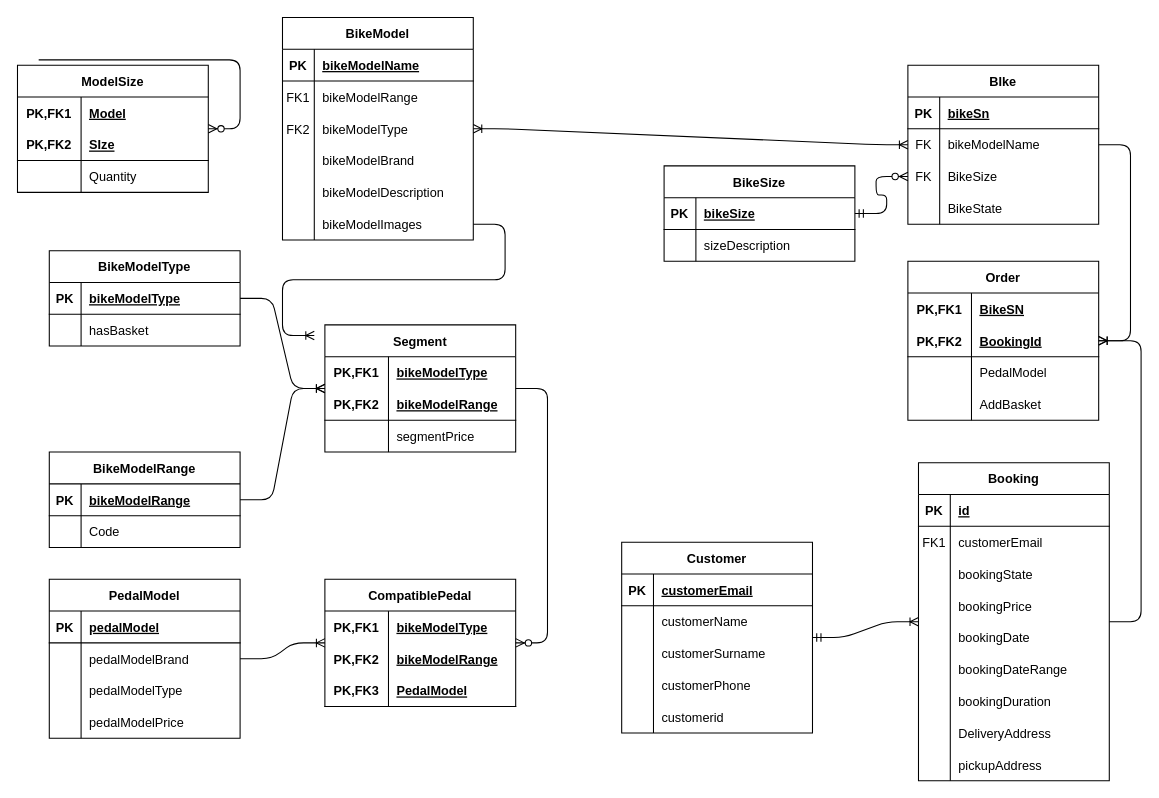
ManuelSdev/new_conil_bikes keeps this draw.io diagram as logicalModel.drawio. Above is the earlier version. Source tidied: cells renumbered, new cells numbered last; positions are measured from the earlier drawing's top-left corner, leaving out a move shared by most shapes. Both pictures are drawn from the tidied source at 106%, with x=0, y=0 at pixel (17, 17).
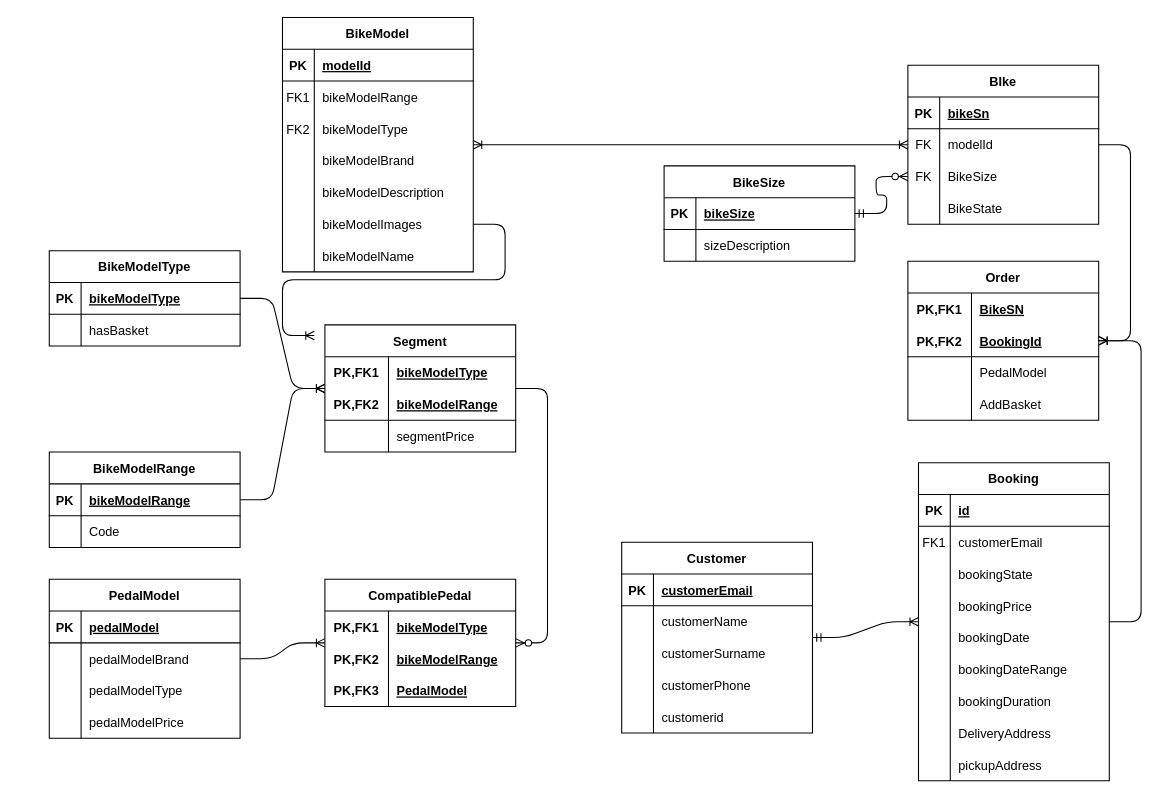
The same diagram, later.

The change refers to these unchanged cells:
```xml
<mxCell id="3" style="shape=tableRow;horizontal=0;startSize=0;swimlaneHead=0;swimlaneBody=0;fillColor=none;top=0;left=0;right=0;bottom=1;" parent="2" vertex="1">
  <mxGeometry y="30" width="180" height="30" as="geometry" />
</mxCell>
<mxCell id="44" style="shape=tableRow;horizontal=0;startSize=0;swimlaneHead=0;swimlaneBody=0;fillColor=none;top=0;left=0;right=0;bottom=0;" parent="40" vertex="1">
  <mxGeometry y="60" width="180" height="30" as="geometry" />
</mxCell>
```

The edit, as a diff of the source:
```diff
@@
     <mxCell id="2" value="BikeModel" style="shape=table;startSize=30;childLayout=tableLayout;rowLines=0;fontStyle=1;align=center;" parent="1" vertex="1">
-      <mxGeometry x="250" width="180" height="210" as="geometry" />
+      <mxGeometry x="250" width="180" height="240" as="geometry" />
     </mxCell>
@@
-    <mxCell id="5" value="bikeModelName" style="shape=partialRectangle;fillColor=none;top=0;left=0;bottom=0;right=0;align=left;spacingLeft=6;fontStyle=5;overflow=hidden;" parent="3" vertex="1">
+    <mxCell id="5" value="modelId" style="shape=partialRectangle;fillColor=none;top=0;left=0;bottom=0;right=0;align=left;spacingLeft=6;fontStyle=5;overflow=hidden;" parent="3" vertex="1">
       <mxGeometry x="30" width="150" height="30" as="geometry" />
     </mxCell>
@@
+    <mxCell id="166" style="shape=tableRow;horizontal=0;startSize=0;swimlaneHead=0;swimlaneBody=0;fillColor=none;top=0;left=0;right=0;bottom=0;" parent="2" vertex="1">
+      <mxGeometry y="210" width="180" height="30" as="geometry" />
+    </mxCell>
+    <mxCell id="167" style="shape=partialRectangle;fillColor=none;top=0;left=0;bottom=0;right=0;overflow=hidden;" parent="166" vertex="1">
+      <mxGeometry width="30" height="30" as="geometry" />
+    </mxCell>
+    <mxCell id="168" value="bikeModelName" style="shape=partialRectangle;fillColor=none;top=0;left=0;bottom=0;right=0;align=left;spacingLeft=6;overflow=hidden;" parent="166" vertex="1">
+      <mxGeometry x="30" width="150" height="30" as="geometry" />
+    </mxCell>
@@
-    <mxCell id="28" value="ModelSize" style="shape=table;startSize=30;childLayout=tableLayout;rowLines=0;fontStyle=1;align=center;" parent="1" vertex="1">
-      <mxGeometry y="45" width="180" height="120" as="geometry" />
-    </mxCell>
-    <mxCell id="29" style="shape=tableRow;horizontal=0;startSize=0;swimlaneHead=0;swimlaneBody=0;fillColor=none;top=0;left=0;right=0;bottom=0;" parent="28" vertex="1">
-      <mxGeometry y="30" width="180" height="30" as="geometry" />
-    </mxCell>
-    <mxCell id="30" value="PK,FK1" style="shape=partialRectangle;fillColor=none;top=0;left=0;bottom=0;right=0;fontStyle=1;overflow=hidden;" parent="29" vertex="1">
-      <mxGeometry width="60" height="30" as="geometry" />
-    </mxCell>
-    <mxCell id="31" value="Model" style="shape=partialRectangle;fillColor=none;top=0;left=0;bottom=0;right=0;align=left;spacingLeft=6;fontStyle=5;overflow=hidden;" parent="29" vertex="1">
-      <mxGeometry x="60" width="120" height="30" as="geometry" />
-    </mxCell>
-    <mxCell id="32" style="shape=tableRow;horizontal=0;startSize=0;swimlaneHead=0;swimlaneBody=0;fillColor=none;top=0;left=0;right=0;bottom=1;" parent="28" vertex="1">
-      <mxGeometry y="60" width="180" height="30" as="geometry" />
-    </mxCell>
-    <mxCell id="33" value="PK,FK2" style="shape=partialRectangle;fillColor=none;top=0;left=0;bottom=0;right=0;fontStyle=1;overflow=hidden;" parent="32" vertex="1">
-      <mxGeometry width="60" height="30" as="geometry" />
-    </mxCell>
-    <mxCell id="34" value="SIze" style="shape=partialRectangle;fillColor=none;top=0;left=0;bottom=0;right=0;align=left;spacingLeft=6;fontStyle=5;overflow=hidden;" parent="32" vertex="1">
-      <mxGeometry x="60" width="120" height="30" as="geometry" />
-    </mxCell>
-    <mxCell id="35" style="shape=tableRow;horizontal=0;startSize=0;swimlaneHead=0;swimlaneBody=0;fillColor=none;top=0;left=0;right=0;bottom=0;" parent="28" vertex="1">
-      <mxGeometry y="90" width="180" height="30" as="geometry" />
-    </mxCell>
-    <mxCell id="36" style="shape=partialRectangle;fillColor=none;top=0;left=0;bottom=0;right=0;overflow=hidden;" parent="35" vertex="1">
-      <mxGeometry width="60" height="30" as="geometry" />
-    </mxCell>
-    <mxCell id="37" value="Quantity " style="shape=partialRectangle;fillColor=none;top=0;left=0;bottom=0;right=0;align=left;spacingLeft=6;overflow=hidden;" parent="35" vertex="1">
-      <mxGeometry x="60" width="120" height="30" as="geometry" />
-    </mxCell>
-    <mxCell id="38" style="edgeStyle=entityRelationEdgeStyle;fontSize=12;html=1;endArrow=ERzeroToMany;endFill=1;" parent="1" edge="1" target="28">
-      <mxGeometry relative="1" as="geometry">
-        <mxPoint x="20" y="40" as="sourcePoint" />
-      </mxGeometry>
-    </mxCell>
@@
-    <mxCell id="46" value="bikeModelName" style="shape=partialRectangle;fillColor=none;top=0;left=0;bottom=0;right=0;align=left;spacingLeft=6;overflow=hidden;" parent="44" vertex="1">
+    <mxCell id="46" value="modelId" style="shape=partialRectangle;fillColor=none;top=0;left=0;bottom=0;right=0;align=left;spacingLeft=6;overflow=hidden;" parent="44" vertex="1">
       <mxGeometry x="30" width="150" height="30" as="geometry" />
     </mxCell>
```
